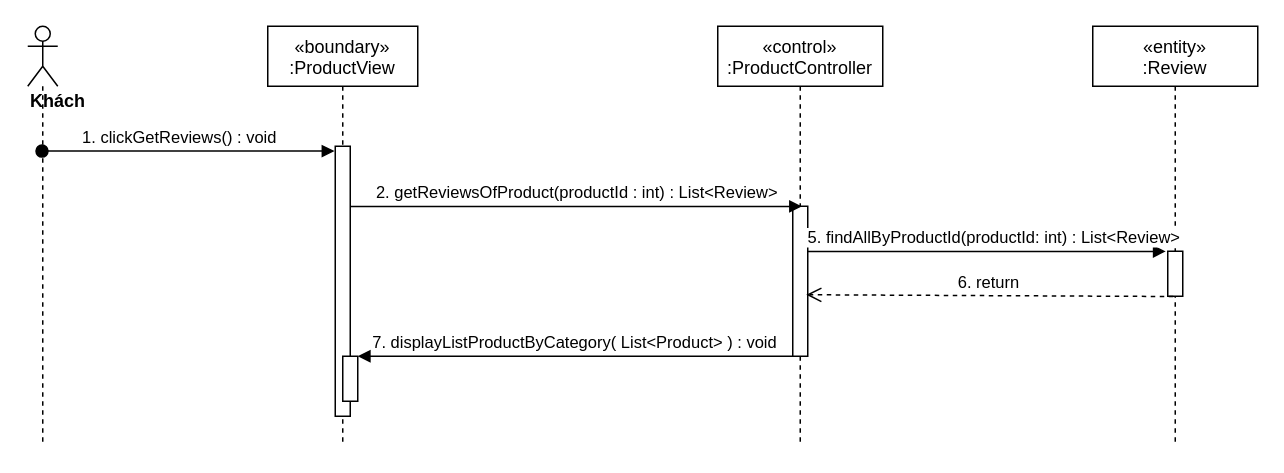
The draw.io diagram sequence diagram/getReviews-sequence.drawio in nguyenphamvan/datn_20202, before the edit. Source tidied: cells renumbered, new cells numbered last; positions are measured from the earlier drawing's top-left corner, leaving out a move shared by most shapes. Both pictures are drawn from the tidied source at 150%, with x=0, y=0 at pixel (27, 26).
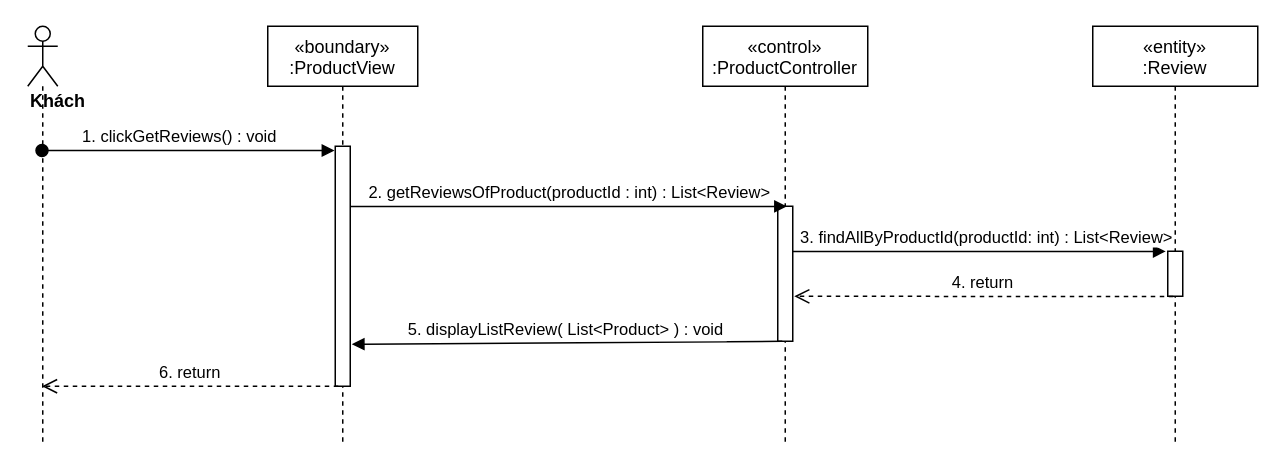
The same diagram, later.

Diff of the diagram source:
```diff
@@
 <mxGraphModel>
   <root>
     <mxCell id="0" />
     <mxCell id="1" parent="0" />
     <mxCell id="2" value="«boundary»&#10;:ProductView" style="shape=umlLifeline;perimeter=lifelinePerimeter;rounded=0;shadow=0;strokeWidth=1;" parent="1" vertex="1">
       <mxGeometry x="160" width="100" height="280" as="geometry" />
     </mxCell>
     <mxCell id="3" style="points=[];perimeter=orthogonalPerimeter;rounded=0;shadow=0;strokeWidth=1;" parent="2" vertex="1">
-      <mxGeometry x="45" y="80" width="10" height="180" as="geometry" />
+      <mxGeometry x="45" y="80" width="10" height="160" as="geometry" />
     </mxCell>
-    <mxCell id="4" style="html=1;points=[];perimeter=orthogonalPerimeter;" parent="2" vertex="1">
-      <mxGeometry x="50" y="220" width="10" height="30" as="geometry" />
-    </mxCell>
     <mxCell id="5" value="«control»&#10;:ProductController" style="shape=umlLifeline;perimeter=lifelinePerimeter;rounded=0;shadow=0;strokeWidth=1;" parent="1" vertex="1">
-      <mxGeometry x="460" width="110" height="280" as="geometry" />
+      <mxGeometry x="450" width="110" height="280" as="geometry" />
     </mxCell>
     <mxCell id="6" style="points=[];perimeter=orthogonalPerimeter;rounded=0;shadow=0;strokeWidth=1;" parent="5" vertex="1">
-      <mxGeometry x="50" y="120" width="10" height="100" as="geometry" />
+      <mxGeometry x="50" y="120" width="10" height="90" as="geometry" />
     </mxCell>
     <mxCell id="7" value="&lt;div&gt;&lt;b&gt;Khách&lt;/b&gt;&lt;/div&gt;" style="shape=umlLifeline;participant=umlActor;perimeter=lifelinePerimeter;whiteSpace=wrap;html=1;verticalAlign=top;spacingTop=36;outlineConnect=0;align=left;" parent="1" vertex="1">
       <mxGeometry width="20" height="280" as="geometry" />
     </mxCell>
     <mxCell id="8" value="1. clickGetReviews() : void" style="verticalAlign=bottom;startArrow=oval;endArrow=block;startSize=8;shadow=0;strokeWidth=1;entryX=-0.05;entryY=0.018;entryDx=0;entryDy=0;entryPerimeter=0;" parent="1" edge="1" source="7" target="3">
       <mxGeometry x="-0.06" relative="1" as="geometry" />
     </mxCell>
     <mxCell id="9" value="2. getReviewsOfProduct(productId : int) : List&amp;lt;Review&amp;gt;" style="html=1;verticalAlign=bottom;endArrow=block;entryX=0.617;entryY=0.001;entryDx=0;entryDy=0;entryPerimeter=0;" parent="1" edge="1" source="3" target="6">
       <mxGeometry relative="1" as="geometry" />
     </mxCell>
     <mxCell id="10" value="«entity»&#10;:Review" style="shape=umlLifeline;perimeter=lifelinePerimeter;rounded=0;shadow=0;strokeWidth=1;" parent="1" vertex="1">
       <mxGeometry x="710" width="110" height="280" as="geometry" />
     </mxCell>
     <mxCell id="11" style="points=[];perimeter=orthogonalPerimeter;rounded=0;shadow=0;strokeWidth=1;" parent="10" vertex="1">
       <mxGeometry x="50" y="150" width="10" height="30" as="geometry" />
     </mxCell>
-    <mxCell id="12" value="5. findAllByProductId(productId: int) : List&amp;lt;Review&amp;gt;" style="html=1;verticalAlign=bottom;endArrow=block;entryX=-0.133;entryY=0.004;entryDx=0;entryDy=0;entryPerimeter=0;" parent="1" edge="1" source="6" target="11">
+    <mxCell id="12" value="3. findAllByProductId(productId: int) : List&amp;lt;Review&amp;gt;" style="html=1;verticalAlign=bottom;endArrow=block;entryX=-0.133;entryY=0.004;entryDx=0;entryDy=0;entryPerimeter=0;" parent="1" edge="1" source="6" target="11">
       <mxGeometry x="0.04" relative="1" as="geometry" />
     </mxCell>
-    <mxCell id="13" value="6. return&amp;nbsp;" style="html=1;verticalAlign=bottom;endArrow=open;dashed=1;endSize=8;exitX=0.367;exitY=1.006;exitDx=0;exitDy=0;exitPerimeter=0;entryX=0.9;entryY=0.59;entryDx=0;entryDy=0;entryPerimeter=0;" parent="1" edge="1" source="11" target="6">
+    <mxCell id="13" value="4. return&amp;nbsp;" style="html=1;verticalAlign=bottom;endArrow=open;dashed=1;endSize=8;exitX=0.367;exitY=1.006;exitDx=0;exitDy=0;exitPerimeter=0;entryX=1.1;entryY=0.667;entryDx=0;entryDy=0;entryPerimeter=0;" parent="1" edge="1" source="11" target="6">
       <mxGeometry relative="1" as="geometry" />
     </mxCell>
-    <mxCell id="14" value="7. displayListProductByCategory( List&lt;Product&gt; ) : void" style="verticalAlign=bottom;endArrow=block;shadow=0;strokeWidth=1;" parent="1" edge="1" source="6" target="4">
+    <mxCell id="14" value="5. displayListReview( List&lt;Product&gt; ) : void" style="verticalAlign=bottom;endArrow=block;shadow=0;strokeWidth=1;entryX=1.1;entryY=0.825;entryDx=0;entryDy=0;entryPerimeter=0;exitX=0.3;exitY=1;exitDx=0;exitDy=0;exitPerimeter=0;" parent="1" edge="1" source="6" target="3">
       <mxGeometry relative="1" as="geometry" />
     </mxCell>
+    <mxCell id="15" value="6. return" style="html=1;verticalAlign=bottom;endArrow=open;dashed=1;endSize=8;exitX=0.2;exitY=1;exitDx=0;exitDy=0;exitPerimeter=0;" parent="1" edge="1" source="3" target="7">
+      <mxGeometry relative="1" as="geometry" />
+    </mxCell>
   </root>
 </mxGraphModel>
```
